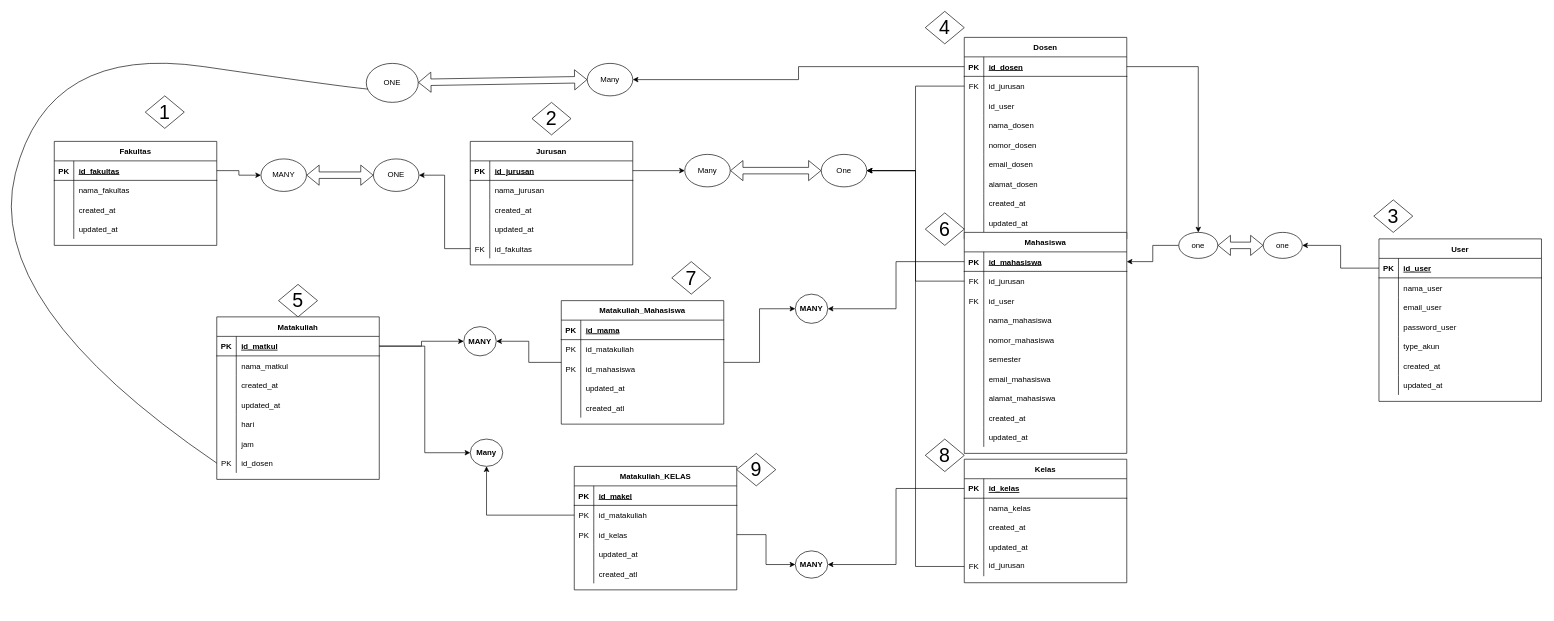
Above: Untitled Diagram.drawio in Razha90/calculator (draw.io), before the change. Source tidied: cells renumbered, new cells numbered last; positions are measured from the earlier drawing's top-left corner, leaving out a move shared by most shapes. Both pictures are drawn from the tidied source at 65%, with x=0, y=0 at pixel (-18, -2).
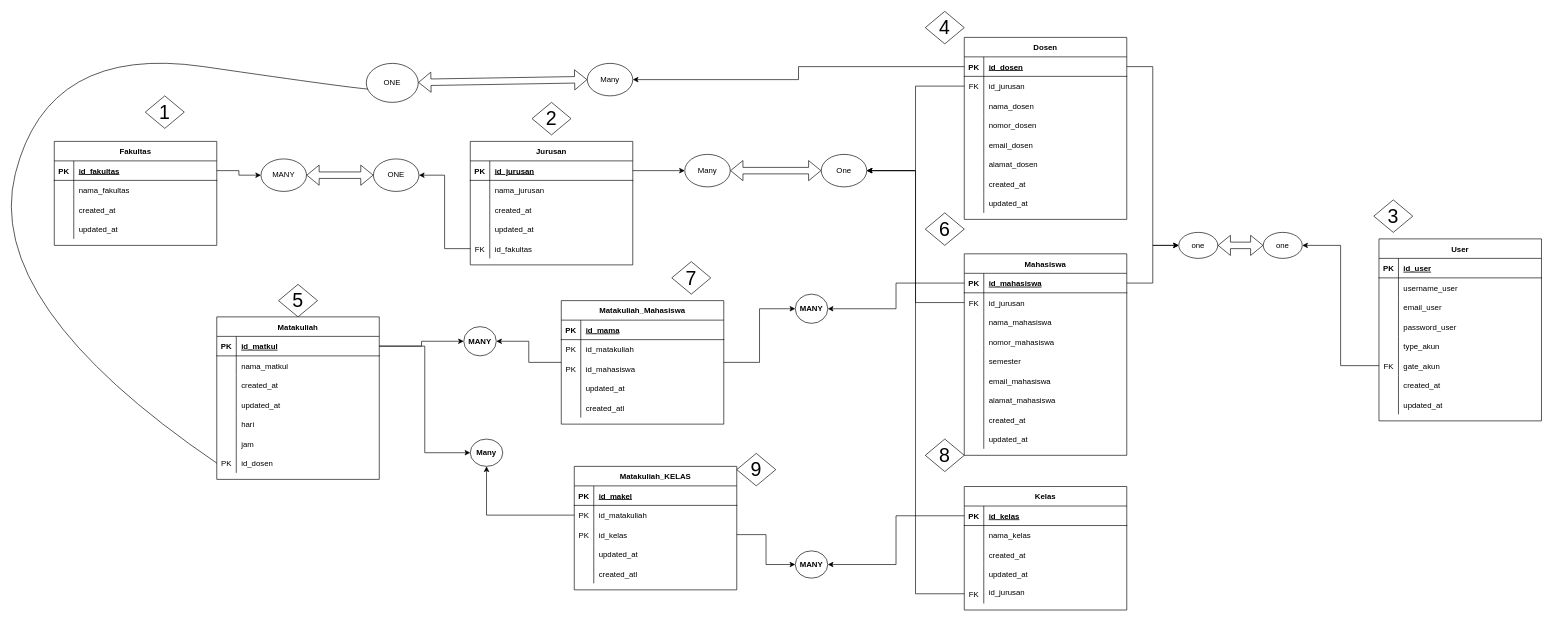
After the change.

The change refers to these unchanged cells:
```xml
<mxCell id="3" style="shape=partialRectangle;fillColor=none;points=[[0,0.5],[1,0.5]];portConstraint=eastwest;top=0;left=0;right=0;bottom=1;" parent="2" vertex="1">
  <mxGeometry y="30" width="250" height="30" as="geometry" />
</mxCell>
<mxCell id="31" style="shape=partialRectangle;fillColor=none;points=[[0,0.5],[1,0.5]];portConstraint=eastwest;top=0;left=0;right=0;bottom=1;" parent="30" vertex="1">
  <mxGeometry y="30" width="250" height="30" as="geometry" />
</mxCell>
<mxCell id="191" style="shape=partialRectangle;fillColor=none;points=[[0,0.5],[1,0.5]];portConstraint=eastwest;top=0;left=0;right=0;bottom=1;" parent="190" vertex="1">
  <mxGeometry y="30" width="250" height="30" as="geometry" />
</mxCell>
<mxCell id="194" style="shape=partialRectangle;fillColor=none;top=0;left=0;right=0;bottom=0;" parent="190" vertex="1">
  <mxGeometry y="60" width="250" height="30" as="geometry" />
</mxCell>
<mxCell id="213" value="one" style="ellipse;whiteSpace=wrap;html=1;" parent="1" vertex="1">
  <mxGeometry x="1970" y="360" width="60" height="40" as="geometry" />
</mxCell>
<mxCell id="215" value="one" style="ellipse;whiteSpace=wrap;html=1;" parent="1" vertex="1">
  <mxGeometry x="1840" y="360" width="60" height="40" as="geometry" />
</mxCell>
```

The edit, as a diff of the source:
```diff
@@
     <mxCell id="2" value="Dosen" style="shape=table;startSize=30;childLayout=tableLayout;rowLines=0;fontStyle=1;align=center;" parent="1" vertex="1">
-      <mxGeometry x="1510" y="60" width="250" height="310" as="geometry" />
+      <mxGeometry x="1510" y="60" width="250" height="280" as="geometry" />
     </mxCell>
@@
-    <mxCell id="9" style="shape=partialRectangle;fillColor=none;top=0;left=0;right=0;bottom=0;" parent="2" vertex="1">
-      <mxGeometry y="90" width="250" height="30" as="geometry" />
-    </mxCell>
-    <mxCell id="10" style="shape=partialRectangle;overflow=hidden;fillColor=none;top=0;left=0;bottom=0;right=0;" parent="9" vertex="1">
-      <mxGeometry width="30" height="30" as="geometry" />
-    </mxCell>
-    <mxCell id="11" value="id_user" style="shape=partialRectangle;overflow=hidden;fillColor=none;top=0;left=0;bottom=0;right=0;align=left;spacingLeft=6;" parent="9" vertex="1">
-      <mxGeometry x="30" width="220" height="30" as="geometry" />
-    </mxCell>
     <mxCell id="12" style="shape=partialRectangle;fillColor=none;top=0;left=0;right=0;bottom=0;" parent="2" vertex="1">
-      <mxGeometry y="120" width="250" height="30" as="geometry" />
+      <mxGeometry y="90" width="250" height="30" as="geometry" />
     </mxCell>
@@
     <mxCell id="15" style="shape=partialRectangle;fillColor=none;top=0;left=0;right=0;bottom=0;" parent="2" vertex="1">
-      <mxGeometry y="150" width="250" height="30" as="geometry" />
+      <mxGeometry y="120" width="250" height="30" as="geometry" />
     </mxCell>
@@
     <mxCell id="18" style="shape=partialRectangle;fillColor=none;top=0;left=0;right=0;bottom=0;" parent="2" vertex="1">
-      <mxGeometry y="180" width="250" height="30" as="geometry" />
+      <mxGeometry y="150" width="250" height="30" as="geometry" />
     </mxCell>
@@
     <mxCell id="21" style="shape=partialRectangle;fillColor=none;top=0;left=0;right=0;bottom=0;" parent="2" vertex="1">
-      <mxGeometry y="210" width="250" height="30" as="geometry" />
+      <mxGeometry y="180" width="250" height="30" as="geometry" />
     </mxCell>
@@
     <mxCell id="24" style="shape=partialRectangle;fillColor=none;top=0;left=0;right=0;bottom=0;" parent="2" vertex="1">
-      <mxGeometry y="240" width="250" height="30" as="geometry" />
+      <mxGeometry y="210" width="250" height="30" as="geometry" />
     </mxCell>
@@
     <mxCell id="27" style="shape=partialRectangle;fillColor=none;top=0;left=0;right=0;bottom=0;" parent="2" vertex="1">
-      <mxGeometry y="270" width="250" height="30" as="geometry" />
+      <mxGeometry y="240" width="250" height="30" as="geometry" />
     </mxCell>
@@
     <mxCell id="30" value="Mahasiswa" style="shape=table;startSize=30;childLayout=tableLayout;rowLines=0;fontStyle=1;align=center;" parent="1" vertex="1">
-      <mxGeometry x="1510" y="360" width="250" height="340" as="geometry" />
+      <mxGeometry x="1510" y="393" width="250" height="310" as="geometry" />
     </mxCell>
@@
-    <mxCell id="37" style="shape=partialRectangle;fillColor=none;top=0;left=0;right=0;bottom=0;" parent="30" vertex="1">
-      <mxGeometry y="90" width="250" height="30" as="geometry" />
-    </mxCell>
-    <mxCell id="38" value="FK" style="shape=partialRectangle;overflow=hidden;fillColor=none;top=0;left=0;bottom=0;right=0;" parent="37" vertex="1">
-      <mxGeometry width="30" height="30" as="geometry" />
-    </mxCell>
-    <mxCell id="39" value="id_user" style="shape=partialRectangle;overflow=hidden;fillColor=none;top=0;left=0;bottom=0;right=0;align=left;spacingLeft=6;" parent="37" vertex="1">
-      <mxGeometry x="30" width="220" height="30" as="geometry" />
-    </mxCell>
     <mxCell id="40" style="shape=partialRectangle;fillColor=none;top=0;left=0;right=0;bottom=0;" parent="30" vertex="1">
-      <mxGeometry y="120" width="250" height="30" as="geometry" />
+      <mxGeometry y="90" width="250" height="30" as="geometry" />
     </mxCell>
@@
     <mxCell id="43" style="shape=partialRectangle;fillColor=none;top=0;left=0;right=0;bottom=0;" parent="30" vertex="1">
-      <mxGeometry y="150" width="250" height="30" as="geometry" />
+      <mxGeometry y="120" width="250" height="30" as="geometry" />
     </mxCell>
@@
     <mxCell id="46" style="shape=partialRectangle;fillColor=none;top=0;left=0;right=0;bottom=0;" parent="30" vertex="1">
-      <mxGeometry y="180" width="250" height="30" as="geometry" />
+      <mxGeometry y="150" width="250" height="30" as="geometry" />
     </mxCell>
@@
     <mxCell id="49" style="shape=partialRectangle;fillColor=none;top=0;left=0;right=0;bottom=0;" parent="30" vertex="1">
-      <mxGeometry y="210" width="250" height="30" as="geometry" />
+      <mxGeometry y="180" width="250" height="30" as="geometry" />
     </mxCell>
@@
     <mxCell id="52" style="shape=partialRectangle;fillColor=none;top=0;left=0;right=0;bottom=0;" parent="30" vertex="1">
-      <mxGeometry y="240" width="250" height="30" as="geometry" />
+      <mxGeometry y="210" width="250" height="30" as="geometry" />
     </mxCell>
@@
     <mxCell id="55" style="shape=partialRectangle;fillColor=none;top=0;left=0;right=0;bottom=0;" parent="30" vertex="1">
-      <mxGeometry y="270" width="250" height="30" as="geometry" />
+      <mxGeometry y="240" width="250" height="30" as="geometry" />
     </mxCell>
@@
     <mxCell id="58" style="shape=partialRectangle;fillColor=none;top=0;left=0;right=0;bottom=0;" parent="30" vertex="1">
-      <mxGeometry y="300" width="250" height="30" as="geometry" />
+      <mxGeometry y="270" width="250" height="30" as="geometry" />
     </mxCell>
@@
     <mxCell id="100" value="Kelas" style="shape=table;startSize=30;childLayout=tableLayout;rowLines=0;fontStyle=1;align=center;" parent="1" vertex="1">
-      <mxGeometry x="1510" y="709" width="250" height="190" as="geometry" />
+      <mxGeometry x="1510" y="751" width="250" height="190" as="geometry" />
     </mxCell>
@@
     <mxCell id="190" value="User" style="shape=table;startSize=30;childLayout=tableLayout;rowLines=0;fontStyle=1;align=center;" parent="1" vertex="1">
-      <mxGeometry x="2148" y="370" width="250" height="250" as="geometry" />
+      <mxGeometry x="2148" y="370" width="250" height="280" as="geometry" />
     </mxCell>
@@
-    <mxCell id="196" value="nama_user" style="shape=partialRectangle;overflow=hidden;fillColor=none;top=0;left=0;bottom=0;right=0;align=left;spacingLeft=6;" parent="194" vertex="1">
+    <mxCell id="196" value="username_user" style="shape=partialRectangle;overflow=hidden;fillColor=none;top=0;left=0;bottom=0;right=0;align=left;spacingLeft=6;" parent="194" vertex="1">
       <mxGeometry x="30" width="220" height="30" as="geometry" />
     </mxCell>
@@
+    <mxCell id="228" style="shape=partialRectangle;fillColor=none;points=[[0,0.5],[1,0.5]];portConstraint=eastwest;top=0;left=0;right=0;bottom=0;" parent="190" vertex="1">
+      <mxGeometry y="180" width="250" height="30" as="geometry" />
+    </mxCell>
+    <mxCell id="38" value="FK" style="shape=partialRectangle;overflow=hidden;fillColor=none;top=0;left=0;bottom=0;right=0;" parent="228" vertex="1">
+      <mxGeometry width="30" height="30" as="geometry" />
+    </mxCell>
+    <mxCell id="229" value="gate_akun" style="shape=partialRectangle;overflow=hidden;fillColor=none;top=0;left=0;bottom=0;right=0;align=left;spacingLeft=6;" parent="228" vertex="1">
+      <mxGeometry x="30" width="220" height="30" as="geometry" />
+    </mxCell>
     <mxCell id="206" style="shape=partialRectangle;fillColor=none;top=0;left=0;right=0;bottom=0;" parent="190" vertex="1">
-      <mxGeometry y="180" width="250" height="30" as="geometry" />
+      <mxGeometry y="210" width="250" height="30" as="geometry" />
     </mxCell>
@@
     <mxCell id="209" style="shape=partialRectangle;fillColor=none;top=0;left=0;right=0;bottom=0;" parent="190" vertex="1">
-      <mxGeometry y="210" width="250" height="30" as="geometry" />
+      <mxGeometry y="240" width="250" height="30" as="geometry" />
     </mxCell>
@@
-    <mxCell id="214" style="edgeStyle=orthogonalEdgeStyle;rounded=0;jettySize=auto;html=1;entryX=1;entryY=0.5;entryDx=0;entryDy=0;" parent="1" edge="1" source="215" target="31">
-      <mxGeometry relative="1" as="geometry" />
-    </mxCell>
@@
+    <mxCell id="230" style="edgeStyle=orthogonalEdgeStyle;rounded=0;jettySize=auto;html=1;entryX=0;entryY=0.5;entryDx=0;entryDy=0;" parent="1" edge="1" target="215">
+      <mxGeometry relative="1" as="geometry" />
+    </mxCell>
+    <mxCell id="231" style="edgeStyle=orthogonalEdgeStyle;rounded=0;jettySize=auto;html=1;entryX=0.5;entryY=0;entryDx=0;entryDy=0;" parent="1" edge="1" target="215">
+      <mxGeometry relative="1" as="geometry" />
+    </mxCell>
+    <mxCell id="232" style="edgeStyle=orthogonalEdgeStyle;rounded=0;jettySize=auto;html=1;entryX=1;entryY=0.5;entryDx=0;entryDy=0;" parent="1" edge="1" source="228" target="213">
+      <mxGeometry relative="1" as="geometry" />
+    </mxCell>
-    <mxCell id="226" style="edgeStyle=orthogonalEdgeStyle;rounded=0;jettySize=auto;html=1;entryX=0.5;entryY=0;entryDx=0;entryDy=0;" parent="1" edge="1" source="3" target="215">
+    <mxCell id="226" style="edgeStyle=orthogonalEdgeStyle;rounded=0;jettySize=auto;html=1;entryX=0;entryY=0.5;entryDx=0;entryDy=0;" parent="1" edge="1" source="3" target="215">
       <mxGeometry relative="1" as="geometry" />
     </mxCell>
-    <mxCell id="227" style="edgeStyle=orthogonalEdgeStyle;rounded=0;jettySize=auto;html=1;entryX=1;entryY=0.5;entryDx=0;entryDy=0;" parent="1" edge="1" source="191" target="213">
-      <mxGeometry relative="1" as="geometry" />
-    </mxCell>
+    <mxCell id="233" style="edgeStyle=orthogonalEdgeStyle;rounded=0;jettySize=auto;html=1;entryX=0;entryY=0.5;entryDx=0;entryDy=0;" parent="1" edge="1" source="31" target="215">
+      <mxGeometry relative="1" as="geometry" />
+    </mxCell>
```
